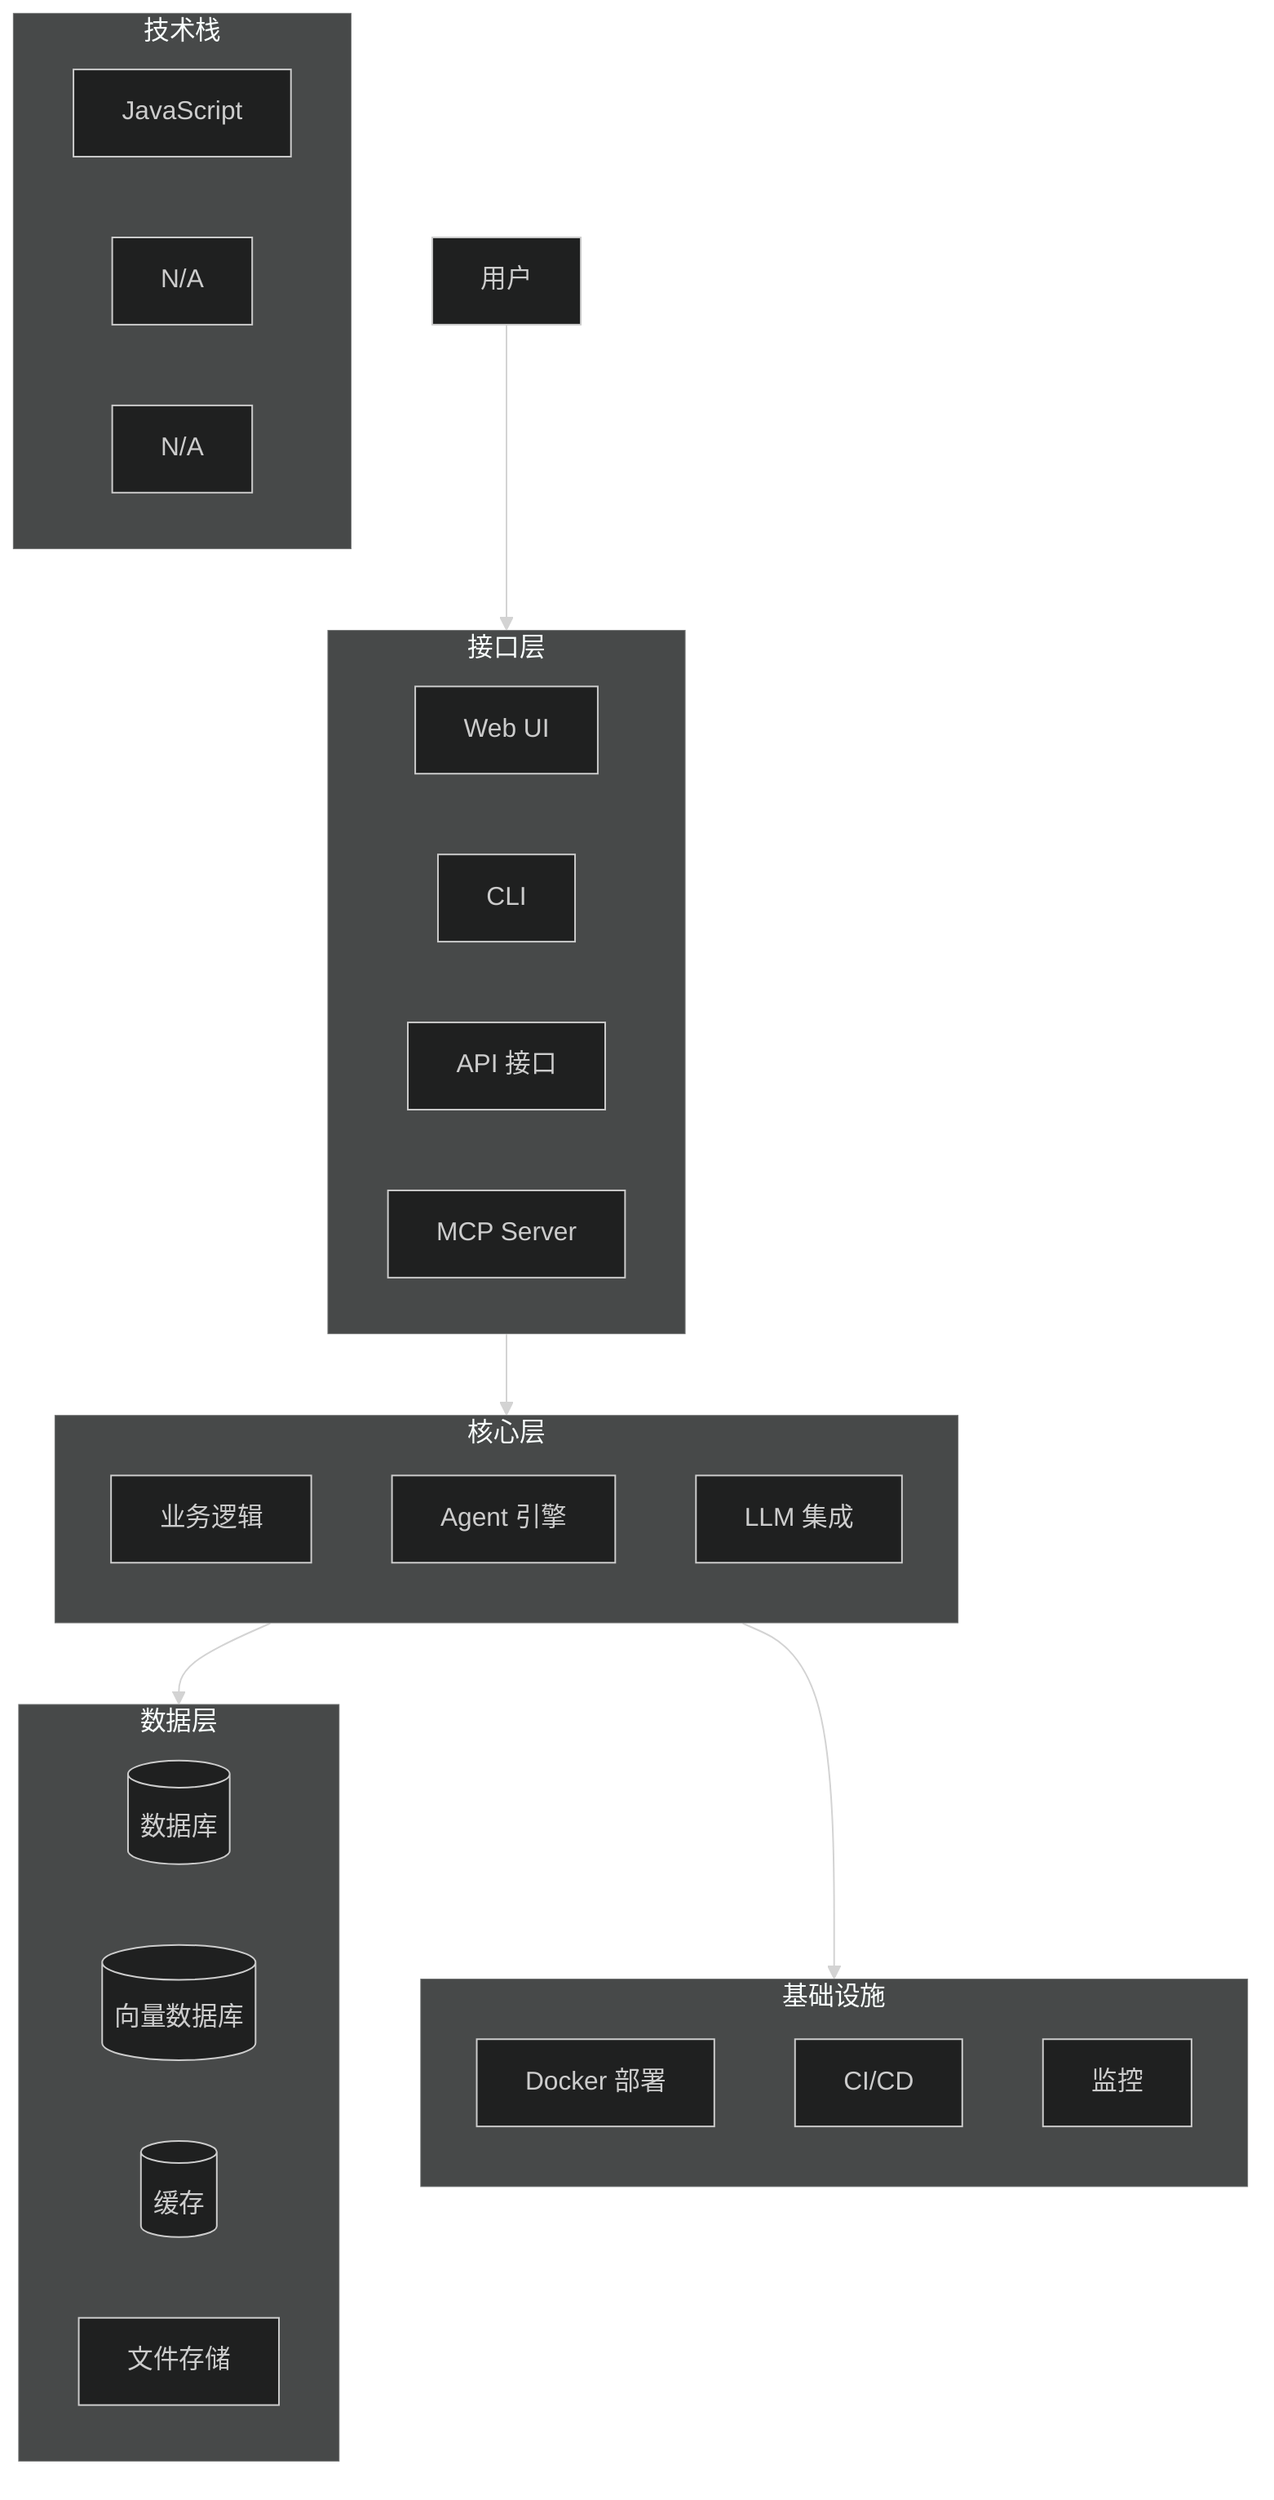
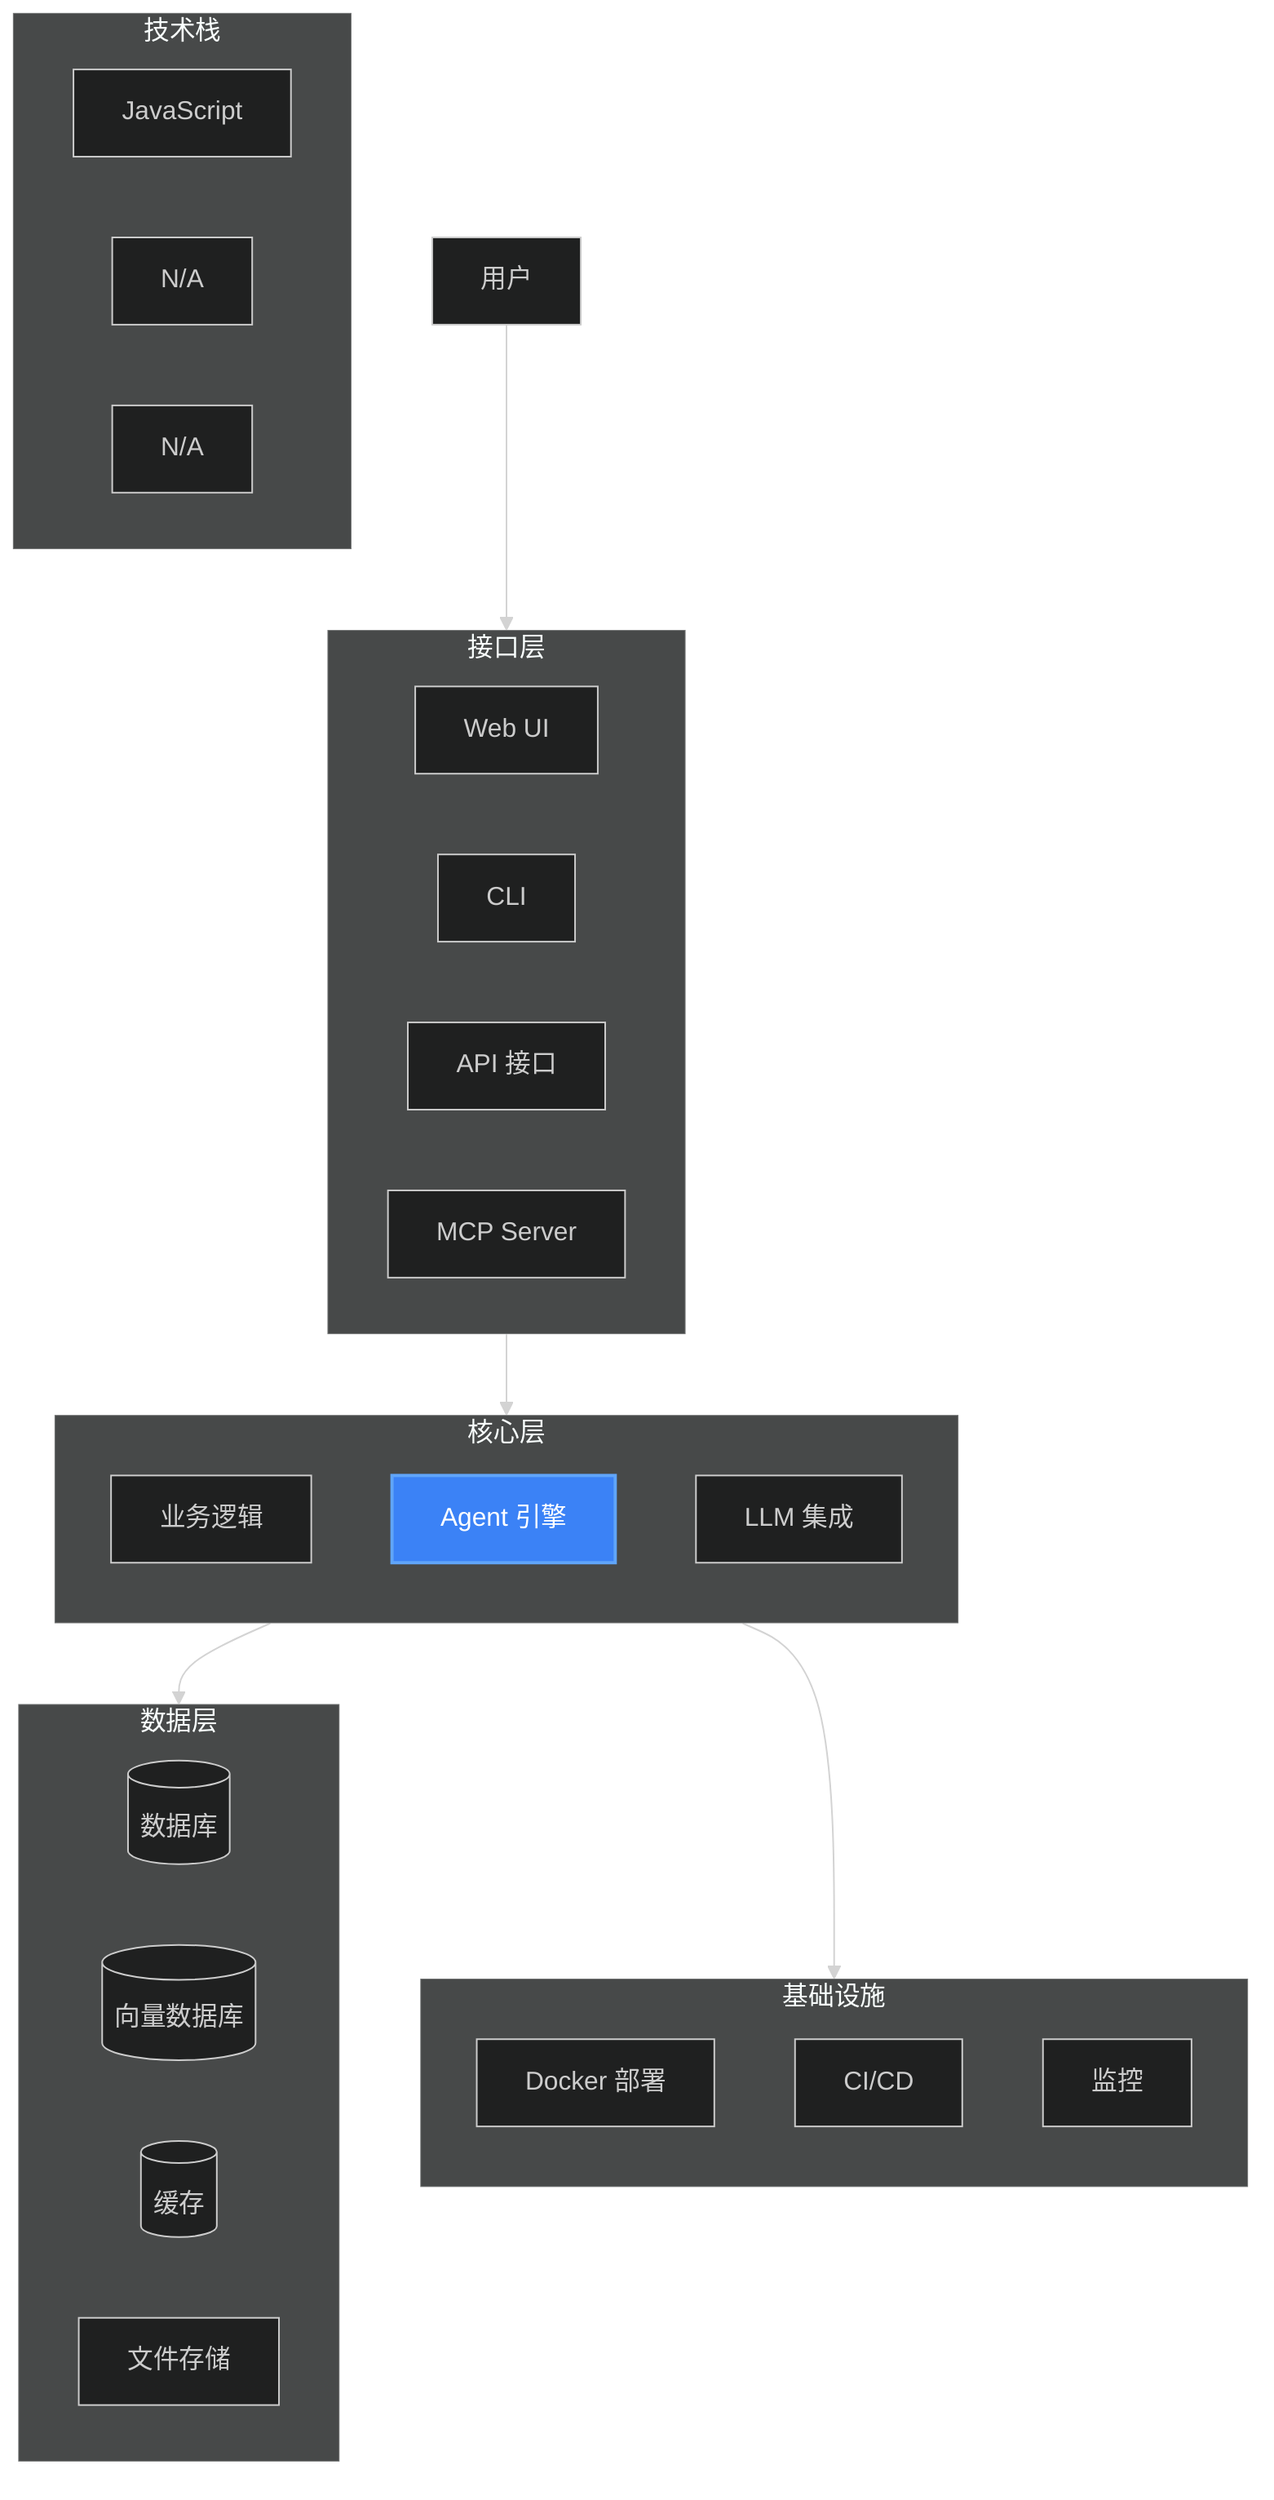
%%{init: {'theme': 'dark'}}%%
graph TB
    User[用户] --> Interface[接口层]

    subgraph Interface[接口层]
        direction LR
        WebUI[Web UI]
        CLI[CLI]
        API[API 接口]
        MCP[MCP Server]
    end

    subgraph Core[核心层]
        direction TB
        Business[业务逻辑]
-         AgentEngine[Agent 引擎]
+         AgentEngine[Agent 引擎]:::highlight
        LLM[LLM 集成]
    end

    subgraph Data[数据层]
        direction LR
        Database[(数据库)]
        VectorDB[(向量数据库)]
        Cache[(缓存)]
        Files[文件存储]
    end

    subgraph Infra[基础设施]
        direction TB
        Docker[Docker 部署]
        CI/CD[CI/CD]
        Monitoring[监控]
    end

    Interface --> Core
    Core --> Data
    Core --> Infra

    classDef highlight fill:#3b82f6,stroke:#60a5fa,stroke-width:2px,color:white

    %% 技术栈信息
    subgraph TechStack[技术栈]
        direction LR
        Lang[JavaScript]
        FW[N/A]
        Deps[N/A]
    end
